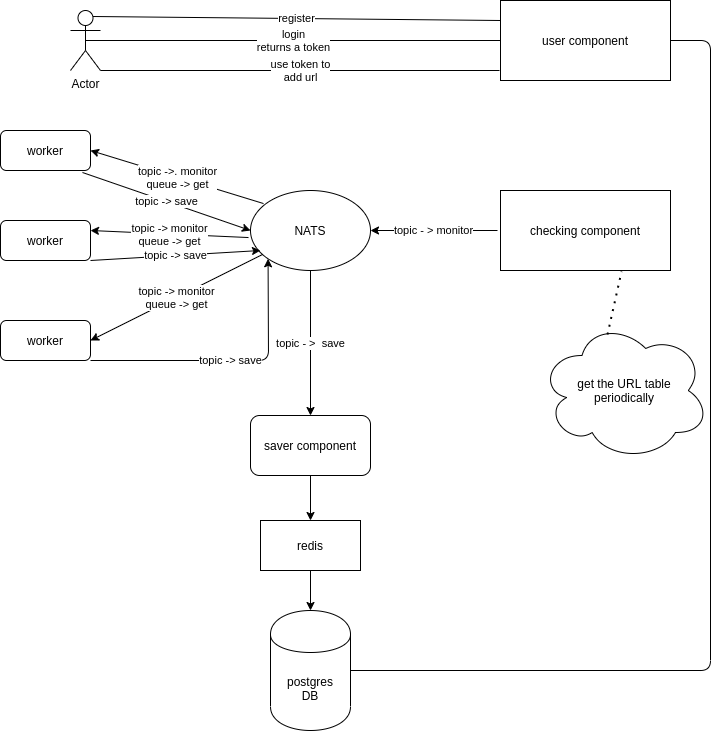
Above: user/microservice.png in 1995parham-learning/sir-ping-a-lot (draw.io), before the change. Source tidied: cells renumbered, new cells last; positions are measured from the earlier drawing's top-left corner, leaving out a move shared by most shapes.
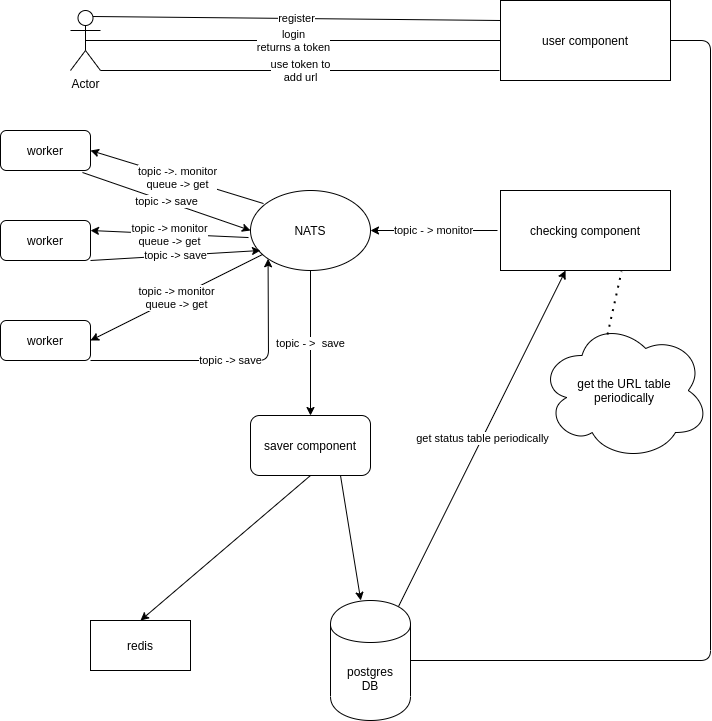
Above is the later version.

What changed in the source:
```diff
@@ -78,26 +78,27 @@
       <mxGeometry x="250" y="415" width="120" height="60" as="geometry" />
     </mxCell>
     <mxCell id="23" value="postgres&lt;br&gt;DB" style="shape=cylinder;whiteSpace=wrap;html=1;boundedLbl=1;backgroundOutline=1;" parent="1" vertex="1">
-      <mxGeometry x="270" y="610" width="80" height="120" as="geometry" />
+      <mxGeometry x="330" y="600" width="80" height="120" as="geometry" />
     </mxCell>
     <mxCell id="24" style="endArrow=none;html=1;exitX=1;exitY=0.5;exitDx=0;exitDy=0;entryX=1;entryY=0.5;entryDx=0;entryDy=0;" parent="1" edge="1" source="23" target="2">
       <mxGeometry relative="1" as="geometry">
         <Array as="points">
-          <mxPoint x="710" y="670" />
+          <mxPoint x="710" y="660" />
           <mxPoint x="710" y="40" />
         </Array>
       </mxGeometry>
     </mxCell>
     <mxCell id="25" value="redis" style="rounded=0;whiteSpace=wrap;html=1;" parent="1" vertex="1">
-      <mxGeometry x="260" y="520" width="100" height="50" as="geometry" />
+      <mxGeometry x="90" y="620" width="100" height="50" as="geometry" />
     </mxCell>
-    <mxCell id="26" style="endArrow=classic;html=1;" parent="1" edge="1" source="25">
-      <mxGeometry relative="1" as="geometry">
-        <mxPoint x="310" y="610" as="targetPoint" />
-      </mxGeometry>
+    <mxCell id="26" style="endArrow=classic;html=1;exitX=0.75;exitY=1;exitDx=0;exitDy=0;" parent="1" edge="1" source="22" target="23">
+      <mxGeometry relative="1" as="geometry" />
     </mxCell>
     <mxCell id="27" style="endArrow=classic;html=1;entryX=0.5;entryY=0;entryDx=0;entryDy=0;exitX=0.5;exitY=1;exitDx=0;exitDy=0;" parent="1" edge="1" source="22" target="25">
       <mxGeometry relative="1" as="geometry" />
     </mxCell>
+    <mxCell id="28" value="get status table periodically" style="endArrow=classic;html=1;exitX=0.85;exitY=0.05;exitDx=0;exitDy=0;exitPerimeter=0;" parent="1" edge="1" source="23" target="7">
+      <mxGeometry relative="1" as="geometry" />
+    </mxCell>
   </root>
 </mxGraphModel>
```
